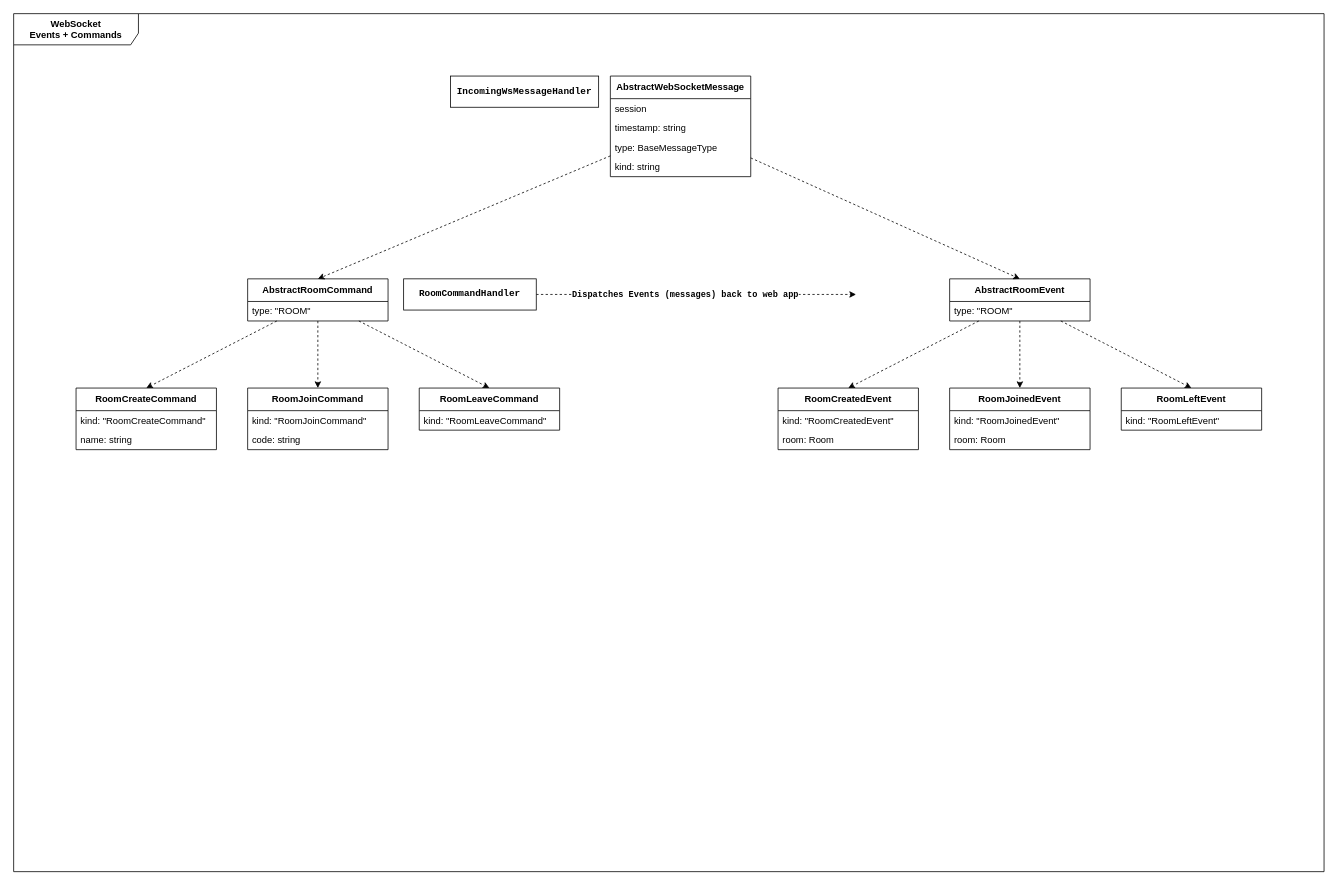
Above: page "WebSocket Command + Events" (4 of 4) of plans.drawio in sean-b765/hls-app (draw.io), before the change. Source tidied: cells renumbered, new cells numbered last; positions are measured from the earlier drawing's top-left corner, leaving out a move shared by most shapes. Both pictures are drawn from the tidied source at 78%, with x=0, y=0 at pixel (13, 13).
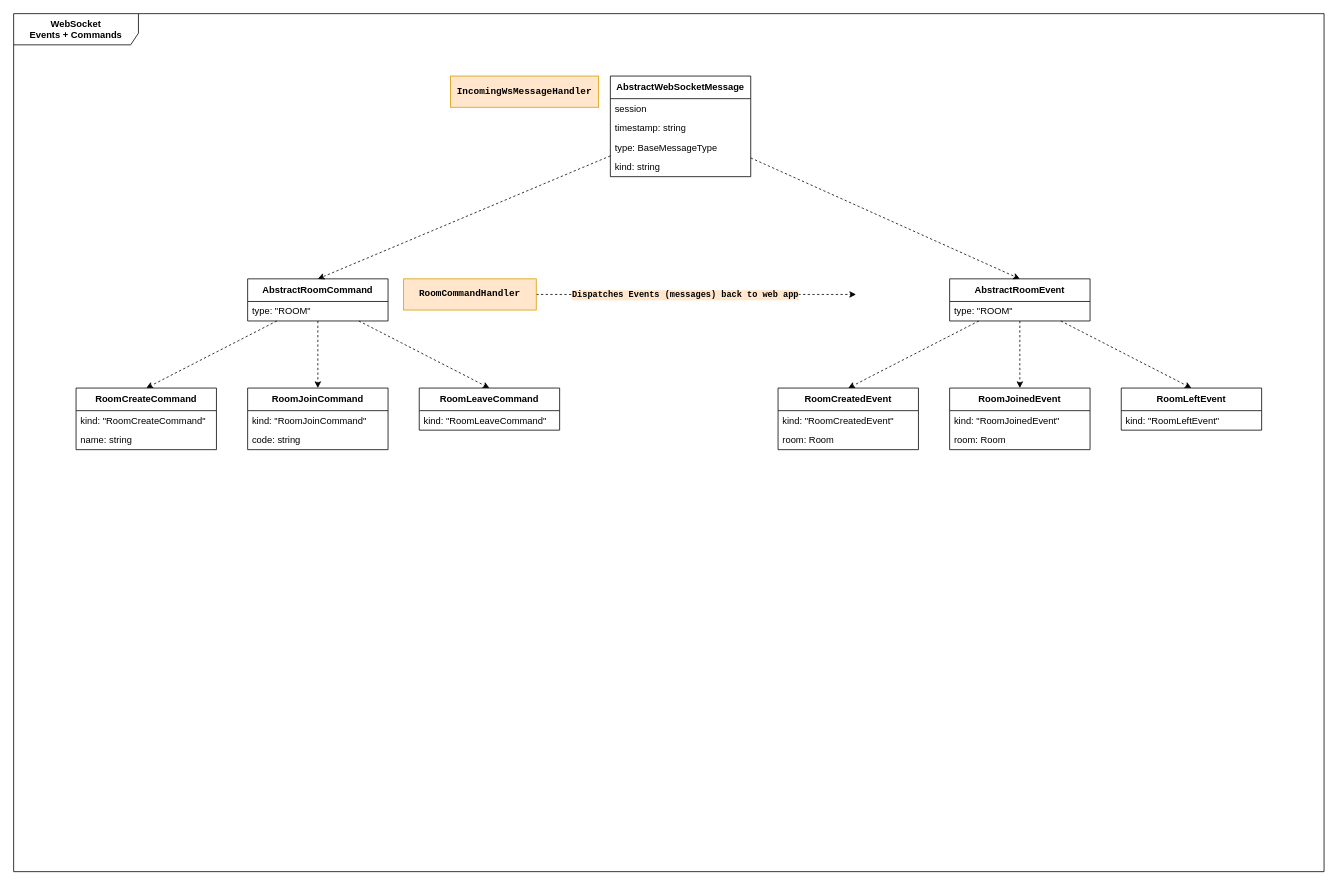
Above is the later version.

Unchanged cells that the change refers to:
```xml
<mxCell id="2" value="&lt;b&gt;WebSocket&lt;/b&gt;&lt;div&gt;&lt;b&gt;Events + Commands&lt;/b&gt;&lt;/div&gt;" style="shape=umlFrame;whiteSpace=wrap;html=1;width=160;height=40;" parent="1" vertex="1">
  <mxGeometry width="1680" height="1100" as="geometry" />
</mxCell>
<mxCell id="37" style="edgeStyle=none;html=1;exitX=1;exitY=0.5;exitDx=0;exitDy=0;dashed=1;" parent="2" edge="1" source="39">
  <mxGeometry relative="1" as="geometry">
    <mxPoint x="1080" y="360" as="targetPoint" />
  </mxGeometry>
</mxCell>
```

What changed in the source:
```diff
@@
-    <mxCell id="36" value="IncomingWsMessageHandler" style="rounded=0;whiteSpace=wrap;html=1;fontFamily=Courier New;fontStyle=1;" parent="2" vertex="1">
+    <mxCell id="36" value="IncomingWsMessageHandler" style="rounded=0;whiteSpace=wrap;html=1;fontFamily=Courier New;fontStyle=1;fillColor=#ffe6cc;strokeColor=#d79b00;" parent="2" vertex="1">
       <mxGeometry x="560" y="80" width="190" height="40" as="geometry" />
     </mxCell>
@@
-    <mxCell id="38" value="Dispatches Events (messages) back to web app" style="edgeLabel;html=1;align=center;verticalAlign=middle;fontFamily=Courier New;fontStyle=1;" parent="37" vertex="1">
+    <mxCell id="38" value="Dispatches Events (messages) back to web app" style="edgeLabel;html=1;align=center;verticalAlign=middle;fontFamily=Courier New;fontStyle=1;labelBackgroundColor=#FFE6CC;" parent="37" vertex="1">
       <mxGeometry x="-0.16" y="1" relative="1" as="geometry">
         <mxPoint x="18" y="1" as="offset" />
       </mxGeometry>
     </mxCell>
-    <mxCell id="39" value="RoomCommandHandler" style="rounded=0;whiteSpace=wrap;html=1;fontFamily=Courier New;fontStyle=1;" parent="2" vertex="1">
+    <mxCell id="39" value="RoomCommandHandler" style="rounded=0;whiteSpace=wrap;html=1;fontFamily=Courier New;fontStyle=1;fillColor=#ffe6cc;strokeColor=#d79b00;" parent="2" vertex="1">
       <mxGeometry x="500" y="340" width="170" height="40" as="geometry" />
     </mxCell>
```
